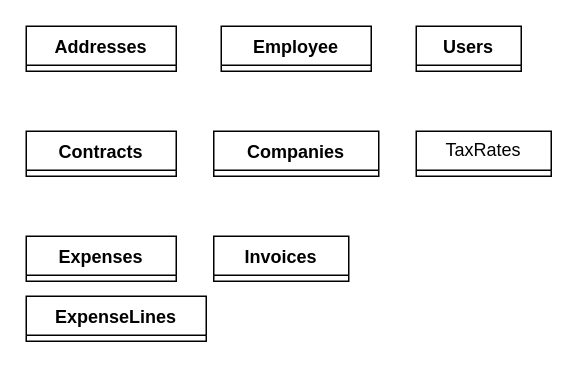
Before: Diagramme sans nom.drawio in Eaulmesse/upit_erp_dev, a draw.io diagram. Source tidied: cells renumbered, new cells numbered last; positions are measured from the earlier drawing's top-left corner, leaving out a move shared by most shapes. Both pictures are drawn from the tidied source at 150%, with x=0, y=0 at pixel (26, 26).
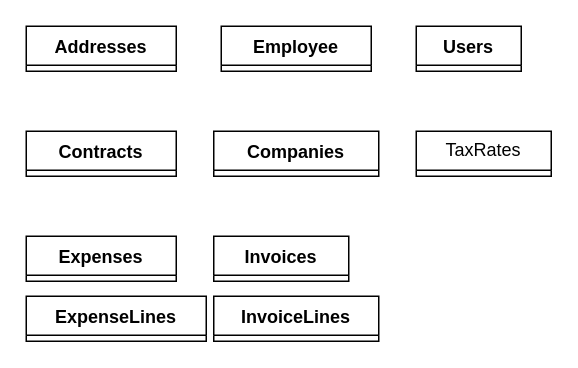
After the change.

What changed in the source:
```diff
@@
 <mxGraphModel>
   <root>
     <mxCell id="0" />
     <mxCell id="1" parent="0" />
     <mxCell id="2" value="Companies" style="swimlane;fontStyle=1;align=center;verticalAlign=top;horizontal=1;startSize=26;whiteSpace=wrap;html=1;" parent="1" vertex="1" collapsed="1">
       <mxGeometry x="125" y="70" width="110" height="30" as="geometry" />
     </mxCell>
     <mxCell id="3" value="Addresses" style="swimlane;fontStyle=1;align=center;verticalAlign=top;horizontal=1;startSize=26;whiteSpace=wrap;html=1;" parent="1" vertex="1" collapsed="1">
       <mxGeometry width="100" height="30" as="geometry" />
     </mxCell>
     <mxCell id="4" value="Contracts" style="swimlane;fontStyle=1;align=center;verticalAlign=top;horizontal=1;startSize=26;whiteSpace=wrap;html=1;" parent="1" vertex="1" collapsed="1">
       <mxGeometry y="70" width="100" height="30" as="geometry" />
     </mxCell>
     <mxCell id="5" value="Employee" style="swimlane;fontStyle=1;align=center;verticalAlign=top;horizontal=1;startSize=26;whiteSpace=wrap;html=1;" parent="1" vertex="1" collapsed="1">
       <mxGeometry x="130" width="100" height="30" as="geometry" />
     </mxCell>
     <mxCell id="6" value="Users" style="swimlane;fontStyle=1;align=center;verticalAlign=top;horizontal=1;startSize=26;whiteSpace=wrap;html=1;" parent="1" vertex="1" collapsed="1">
       <mxGeometry x="260" width="70" height="30" as="geometry" />
     </mxCell>
     <mxCell id="7" value="TaxRates" style="swimlane;fontStyle=0;horizontal=1;startSize=26;fillColor=none;whiteSpace=wrap;html=1;" parent="1" vertex="1" collapsed="1">
       <mxGeometry x="260" y="70" width="90" height="30" as="geometry" />
     </mxCell>
     <mxCell id="8" value="Expenses" style="swimlane;fontStyle=1;align=center;verticalAlign=top;horizontal=1;startSize=26;whiteSpace=wrap;html=1;" parent="1" vertex="1" collapsed="1">
       <mxGeometry y="140" width="100" height="30" as="geometry" />
     </mxCell>
     <mxCell id="9" value="ExpenseLines" style="swimlane;fontStyle=1;align=center;verticalAlign=top;horizontal=1;startSize=26;whiteSpace=wrap;html=1;" parent="1" vertex="1" collapsed="1">
       <mxGeometry y="180" width="120" height="30" as="geometry" />
     </mxCell>
     <mxCell id="10" value="Invoices" style="swimlane;fontStyle=1;align=center;verticalAlign=top;horizontal=1;startSize=26;whiteSpace=wrap;html=1;" parent="1" vertex="1" collapsed="1">
       <mxGeometry x="125" y="140" width="90" height="30" as="geometry" />
     </mxCell>
+    <mxCell id="11" value="InvoiceLines" style="swimlane;fontStyle=1;align=center;verticalAlign=top;horizontal=1;startSize=26;whiteSpace=wrap;html=1;" parent="1" vertex="1" collapsed="1">
+      <mxGeometry x="125" y="180" width="110" height="30" as="geometry" />
+    </mxCell>
   </root>
 </mxGraphModel>
```
